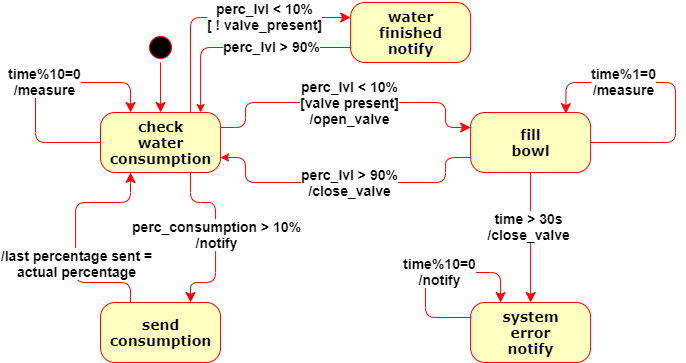
SmartDogHouse/Report keeps this draw.io diagram as DrawIo/stateDiagramWater.png. Above is the earlier version. Source tidied: cells renumbered, new cells last; positions are measured from the earlier drawing's top-left corner, leaving out a move shared by most shapes.
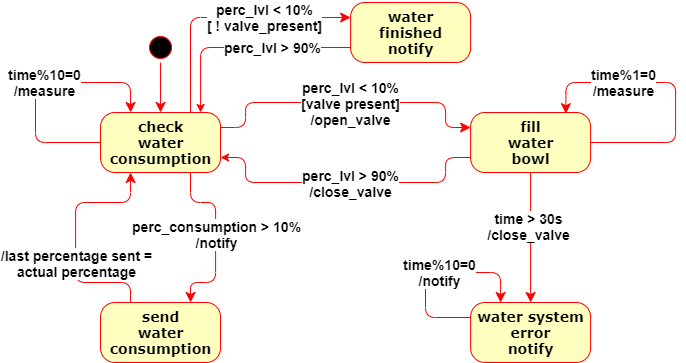
Above is the later version.

Diff of the diagram source:
```diff
@@ -5,7 +5,7 @@
     <mxCell id="2" style="ellipse;shape=startState;fillColor=#000000;strokeColor=#ff0000;rounded=1;shadow=0;comic=0;labelBackgroundColor=none;fontFamily=Verdana;fontSize=14;fontColor=#000000;align=center;direction=south;fontStyle=1;horizontal=1;html=1;" parent="1" vertex="1">
       <mxGeometry x="110" y="30" width="30" height="30" as="geometry" />
     </mxCell>
-    <mxCell id="3" value="send&lt;br style=&quot;font-size: 14px;&quot;&gt;consumption" style="rounded=1;arcSize=24;fillColor=#ffffc0;strokeColor=#ff0000;shadow=0;comic=0;labelBackgroundColor=none;fontFamily=Verdana;fontSize=14;fontColor=#000000;align=center;fontStyle=1;horizontal=1;html=1;" parent="1" vertex="1">
+    <mxCell id="3" value="send&lt;br&gt;water&lt;br style=&quot;font-size: 14px&quot;&gt;consumption" style="rounded=1;arcSize=24;fillColor=#ffffc0;strokeColor=#ff0000;shadow=0;comic=0;labelBackgroundColor=none;fontFamily=Verdana;fontSize=14;fontColor=#000000;align=center;fontStyle=1;horizontal=1;html=1;" parent="1" vertex="1">
       <mxGeometry x="65" y="300" width="120" height="60" as="geometry" />
     </mxCell>
     <mxCell id="4" value="check&lt;br style=&quot;font-size: 14px&quot;&gt;water&lt;br style=&quot;font-size: 14px&quot;&gt;consumption" style="rounded=1;arcSize=24;fillColor=#ffffc0;strokeColor=#ff0000;shadow=0;comic=0;labelBackgroundColor=none;fontFamily=Verdana;fontSize=14;fontColor=#000000;align=center;fontStyle=1;horizontal=1;html=1;" parent="1" vertex="1">
@@ -26,7 +26,7 @@
         <mxPoint x="42" y="-4" as="offset" />
       </mxGeometry>
     </mxCell>
-    <mxCell id="7" value="fill&lt;br style=&quot;font-size: 14px;&quot;&gt;bowl" style="rounded=1;arcSize=24;fillColor=#ffffc0;strokeColor=#ff0000;shadow=0;comic=0;labelBackgroundColor=none;fontFamily=Verdana;fontSize=14;fontColor=#000000;align=center;fontStyle=1;horizontal=1;html=1;" parent="1" vertex="1">
+    <mxCell id="7" value="fill&lt;br&gt;water&lt;br style=&quot;font-size: 14px&quot;&gt;bowl" style="rounded=1;arcSize=24;fillColor=#ffffc0;strokeColor=#ff0000;shadow=0;comic=0;labelBackgroundColor=none;fontFamily=Verdana;fontSize=14;fontColor=#000000;align=center;fontStyle=1;horizontal=1;html=1;" parent="1" vertex="1">
       <mxGeometry x="435.1" y="110" width="120" height="60" as="geometry" />
     </mxCell>
     <mxCell id="8" style="edgeStyle=orthogonalEdgeStyle;labelBackgroundColor=none;endArrow=classic;endSize=8;strokeColor=#ff0000;fontFamily=Verdana;fontSize=14;align=left;fontStyle=1;horizontal=1;html=1;endFill=1;" parent="1" edge="1" source="2" target="4">
@@ -88,7 +88,7 @@
         <mxPoint x="42" y="-4" as="offset" />
       </mxGeometry>
     </mxCell>
-    <mxCell id="17" value="system&lt;br style=&quot;font-size: 14px;&quot;&gt;error&lt;br style=&quot;font-size: 14px;&quot;&gt;notify" style="rounded=1;arcSize=24;fillColor=#ffffc0;strokeColor=#ff0000;shadow=0;comic=0;labelBackgroundColor=none;fontFamily=Verdana;fontSize=14;fontColor=#000000;align=center;fontStyle=1;horizontal=1;html=1;gradientDirection=east;" parent="1" vertex="1">
+    <mxCell id="17" value="water system&lt;br style=&quot;font-size: 14px&quot;&gt;error&lt;br style=&quot;font-size: 14px&quot;&gt;notify" style="rounded=1;arcSize=24;fillColor=#ffffc0;strokeColor=#ff0000;shadow=0;comic=0;labelBackgroundColor=none;fontFamily=Verdana;fontSize=14;fontColor=#000000;align=center;fontStyle=1;horizontal=1;html=1;gradientDirection=east;" parent="1" vertex="1">
       <mxGeometry x="435.1" y="300" width="120" height="60" as="geometry" />
     </mxCell>
     <mxCell id="18" style="edgeStyle=orthogonalEdgeStyle;exitX=0.5;exitY=1;entryX=0.5;entryY=0;labelBackgroundColor=none;endArrow=classic;endSize=8;strokeColor=#ff0000;fontFamily=Verdana;fontSize=14;align=left;fontStyle=1;horizontal=1;html=1;endFill=1;entryDx=0;entryDy=0;exitDx=0;exitDy=0;" parent="1" edge="1" source="7" target="17">
```
